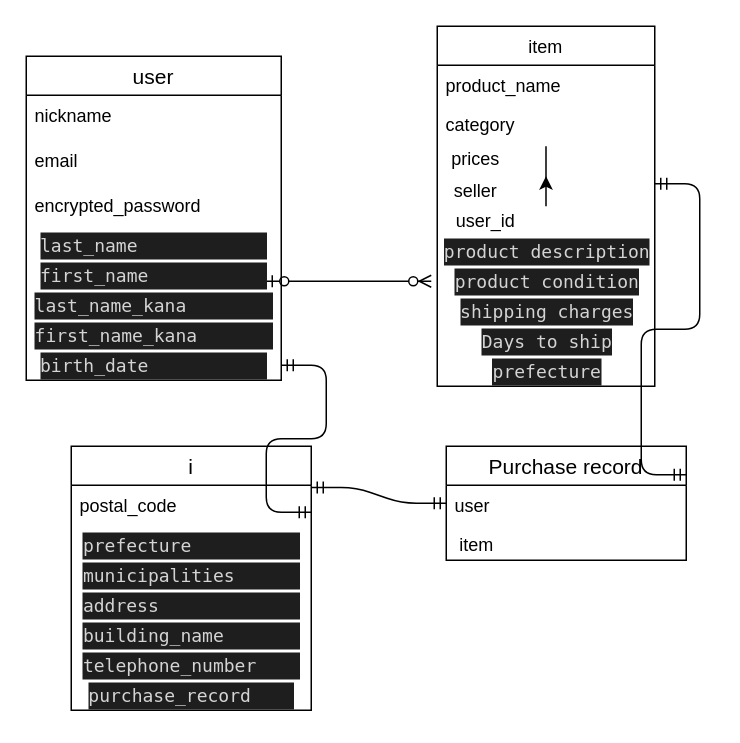
This is item.dio from satoudd/furima-36045, a draw.io file, before an edit. Source tidied: cells renumbered, new cells numbered last; positions are measured from the earlier drawing's top-left corner, leaving out a move shared by most shapes. Both pictures are drawn from the tidied source at 150%, with x=0, y=0 at pixel (26, 26).
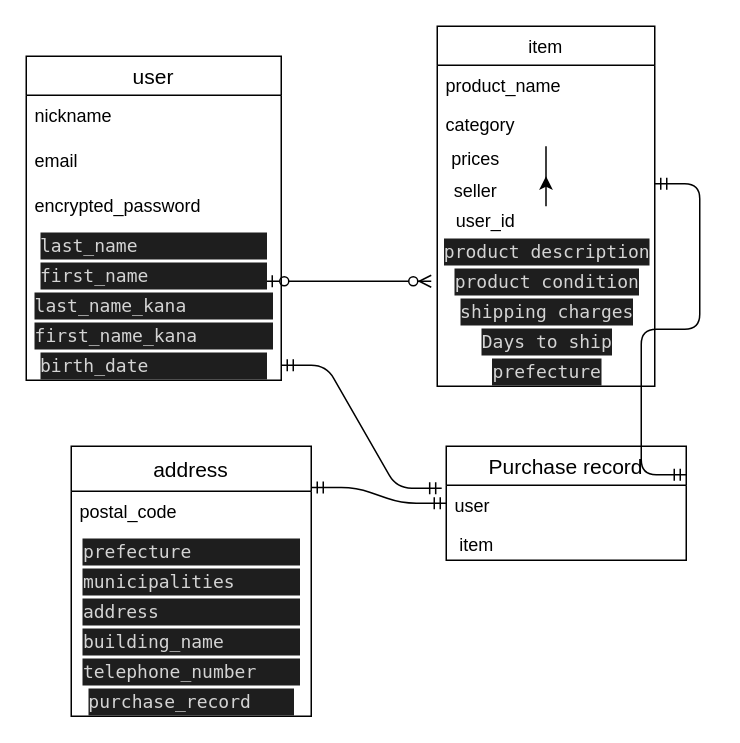
The same page after the edit.

Unchanged cells that the change refers to:
```xml
<mxCell id="25" value="user" style="text;strokeColor=none;fillColor=none;spacingLeft=4;spacingRight=4;overflow=hidden;points=[[0,0.5],[1,0.5]];portConstraint=eastwest;fontSize=12;" parent="24" vertex="1">
  <mxGeometry y="26" width="160" height="30" as="geometry" />
</mxCell>
<mxCell id="37" value="&lt;div style=&quot;color: rgb(212 , 212 , 212) ; background-color: rgb(30 , 30 , 30) ; font-family: &amp;#34;menlo&amp;#34; , &amp;#34;monaco&amp;#34; , &amp;#34;courier new&amp;#34; , monospace ; line-height: 18px&quot;&gt;birth_date&amp;nbsp; &amp;nbsp; &amp;nbsp; &amp;nbsp; &amp;nbsp; &amp;nbsp;&lt;/div&gt;" style="text;html=1;align=center;verticalAlign=middle;points=[];strokeColor=none;" parent="29" vertex="1">
  <mxGeometry y="196" width="170" height="20" as="geometry" />
</mxCell>
```

Diff of the diagram source:
```diff
@@
-    <mxCell id="16" value="i" style="swimlane;fontStyle=0;horizontal=1;startSize=26;align=center;fontSize=14;" parent="1" vertex="1">
-      <mxGeometry x="30" y="280" width="160" height="176" as="geometry" />
+    <mxCell id="16" value="address" style="swimlane;fontStyle=0;horizontal=1;startSize=30;align=center;fontSize=14;" parent="1" vertex="1">
+      <mxGeometry x="30" y="280" width="160" height="180" as="geometry" />
     </mxCell>
     <mxCell id="17" value="postal_code" style="text;strokeColor=none;fillColor=none;spacingLeft=4;spacingRight=4;overflow=hidden;fontSize=12;" parent="16" vertex="1">
-      <mxGeometry y="26" width="160" height="30" as="geometry" />
+      <mxGeometry y="30" width="160" height="30" as="geometry" />
     </mxCell>
     <mxCell id="18" value="&lt;div style=&quot;color: rgb(212 , 212 , 212) ; background-color: rgb(30 , 30 , 30) ; font-family: &amp;#34;menlo&amp;#34; , &amp;#34;monaco&amp;#34; , &amp;#34;courier new&amp;#34; , monospace ; line-height: 18px&quot;&gt;p&lt;span style=&quot;font-family: &amp;#34;menlo&amp;#34; , &amp;#34;monaco&amp;#34; , &amp;#34;courier new&amp;#34; , monospace&quot;&gt;refecture&amp;nbsp; &amp;nbsp; &amp;nbsp; &amp;nbsp; &amp;nbsp;&amp;nbsp;&lt;/span&gt;&lt;/div&gt;" style="text;html=1;align=center;verticalAlign=middle;strokeColor=none;" parent="16" vertex="1">
-      <mxGeometry y="56" width="160" height="20" as="geometry" />
+      <mxGeometry y="60" width="160" height="20" as="geometry" />
     </mxCell>
     <mxCell id="19" value="&lt;div style=&quot;color: rgb(212 , 212 , 212) ; background-color: rgb(30 , 30 , 30) ; font-family: &amp;#34;menlo&amp;#34; , &amp;#34;monaco&amp;#34; , &amp;#34;courier new&amp;#34; , monospace ; line-height: 18px&quot;&gt;municipalities&amp;nbsp; &amp;nbsp; &amp;nbsp;&amp;nbsp;&lt;/div&gt;" style="text;html=1;align=center;verticalAlign=middle;strokeColor=none;" parent="16" vertex="1">
-      <mxGeometry y="76" width="160" height="20" as="geometry" />
+      <mxGeometry y="80" width="160" height="20" as="geometry" />
     </mxCell>
     <mxCell id="20" value="&lt;div style=&quot;color: rgb(212 , 212 , 212) ; background-color: rgb(30 , 30 , 30) ; font-family: &amp;#34;menlo&amp;#34; , &amp;#34;monaco&amp;#34; , &amp;#34;courier new&amp;#34; , monospace ; line-height: 18px&quot;&gt;address&amp;nbsp; &amp;nbsp; &amp;nbsp; &amp;nbsp; &amp;nbsp; &amp;nbsp; &amp;nbsp;&lt;/div&gt;" style="text;html=1;align=center;verticalAlign=middle;strokeColor=none;" parent="16" vertex="1">
-      <mxGeometry y="96" width="160" height="20" as="geometry" />
+      <mxGeometry y="100" width="160" height="20" as="geometry" />
     </mxCell>
     <mxCell id="21" value="&lt;div style=&quot;color: rgb(212 , 212 , 212) ; background-color: rgb(30 , 30 , 30) ; font-family: &amp;#34;menlo&amp;#34; , &amp;#34;monaco&amp;#34; , &amp;#34;courier new&amp;#34; , monospace ; line-height: 18px&quot;&gt;building_name&amp;nbsp; &amp;nbsp; &amp;nbsp; &amp;nbsp;&lt;/div&gt;" style="text;html=1;align=center;verticalAlign=middle;strokeColor=none;" parent="16" vertex="1">
-      <mxGeometry y="116" width="160" height="20" as="geometry" />
+      <mxGeometry y="120" width="160" height="20" as="geometry" />
     </mxCell>
     <mxCell id="22" value="&lt;div style=&quot;color: rgb(212 , 212 , 212) ; background-color: rgb(30 , 30 , 30) ; font-family: &amp;#34;menlo&amp;#34; , &amp;#34;monaco&amp;#34; , &amp;#34;courier new&amp;#34; , monospace ; line-height: 18px&quot;&gt;telephone_number&amp;nbsp; &amp;nbsp;&amp;nbsp;&lt;/div&gt;" style="text;html=1;align=center;verticalAlign=middle;strokeColor=none;" parent="16" vertex="1">
-      <mxGeometry y="136" width="160" height="20" as="geometry" />
+      <mxGeometry y="140" width="160" height="20" as="geometry" />
     </mxCell>
     <mxCell id="23" value="&lt;div style=&quot;color: rgb(212 , 212 , 212) ; background-color: rgb(30 , 30 , 30) ; font-family: &amp;#34;menlo&amp;#34; , &amp;#34;monaco&amp;#34; , &amp;#34;courier new&amp;#34; , monospace ; line-height: 18px&quot;&gt;purchase_record&amp;nbsp; &amp;nbsp;&amp;nbsp;&lt;/div&gt;" style="text;html=1;align=center;verticalAlign=middle;strokeColor=none;" parent="16" vertex="1">
-      <mxGeometry y="156" width="160" height="20" as="geometry" />
+      <mxGeometry y="160" width="160" height="20" as="geometry" />
     </mxCell>
@@
-    <mxCell id="38" style="edgeStyle=entityRelationEdgeStyle;fontSize=12;html=1;endArrow=ERmandOne;startArrow=ERmandOne;exitX=1;exitY=0.25;exitDx=0;exitDy=0;" parent="1" edge="1" source="16" target="37">
+    <mxCell id="38" style="edgeStyle=entityRelationEdgeStyle;fontSize=12;html=1;endArrow=ERmandOne;startArrow=ERmandOne;exitX=-0.019;exitY=0.067;exitDx=0;exitDy=0;exitPerimeter=0;" parent="1" edge="1" source="25" target="37">
       <mxGeometry relative="1" as="geometry" />
     </mxCell>
```
